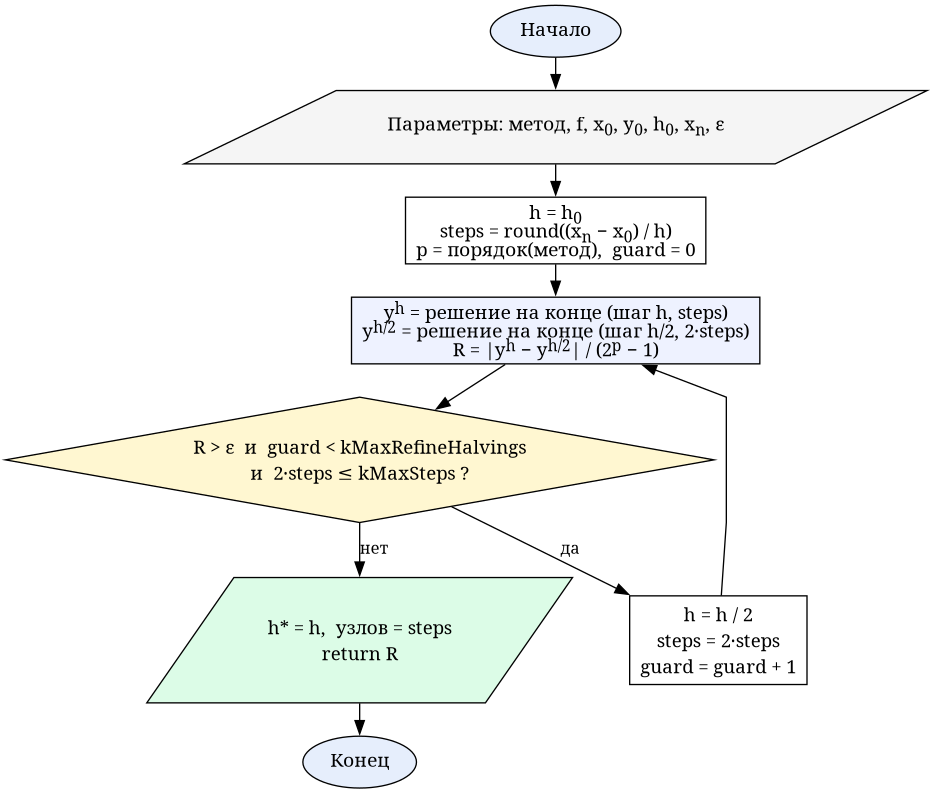
Before: reports/resources/flowcharts/lab6_runge.png, a diagram exported from Graphviz (Oriptal/calc-math-lab2). Its source is kept beside it as reports/resources/flowcharts/lab6_runge.dot.
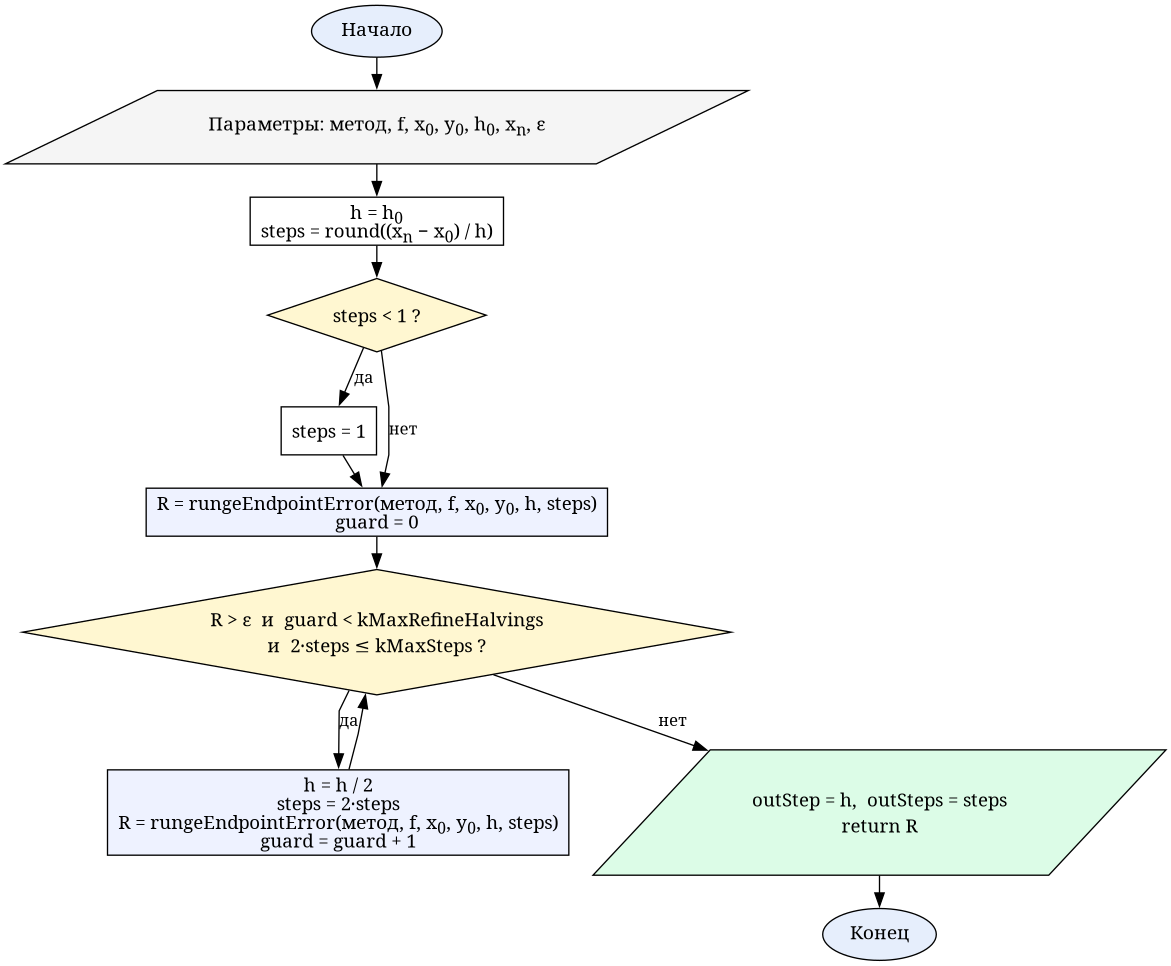
Above is the later version.

What changed in the source:
```diff
@@ -5,16 +5,22 @@
 
   start  [label="Начало", shape=oval, fillcolor="#e6eefc"]
   input  [label=<Параметры: метод, f, x<SUB>0</SUB>, y<SUB>0</SUB>, h<SUB>0</SUB>, x<SUB>n</SUB>, ε>, shape=parallelogram, fillcolor="#f5f5f5"]
-  init   [label=<h = h<SUB>0</SUB><BR/>steps = round((x<SUB>n</SUB> − x<SUB>0</SUB>) / h)<BR/>p = порядок(метод),  guard = 0>, shape=box]
-  rcalc  [label=<y<SUP>h</SUP> = решение на конце (шаг h, steps)<BR/>y<SUP>h/2</SUP> = решение на конце (шаг h/2, 2·steps)<BR/>R = |y<SUP>h</SUP> − y<SUP>h/2</SUP>| / (2<SUP>p</SUP> − 1)>, shape=box, fillcolor="#eef2ff"]
+  init   [label=<h = h<SUB>0</SUB><BR/>steps = round((x<SUB>n</SUB> − x<SUB>0</SUB>) / h)>, shape=box]
+  cmin   [label=<steps &lt; 1 ?>, shape=diamond, fillcolor="#fff7d1"]
+  setmin [label=<steps = 1>, shape=box]
+  rinit  [label=<R = rungeEndpointError(метод, f, x<SUB>0</SUB>, y<SUB>0</SUB>, h, steps)<BR/>guard = 0>, shape=box, fillcolor="#eef2ff"]
   chk    [label=<R &gt; ε  и  guard &lt; kMaxRefineHalvings<BR/>и  2·steps ≤ kMaxSteps ?>, shape=diamond, fillcolor="#fff7d1"]
-  halve  [label=<h = h / 2<BR/>steps = 2·steps<BR/>guard = guard + 1>, shape=box]
-  output [label=<h* = h,  узлов = steps<BR/>return R>, shape=parallelogram, fillcolor="#dcfce7"]
+  halve  [label=<h = h / 2<BR/>steps = 2·steps<BR/>R = rungeEndpointError(метод, f, x<SUB>0</SUB>, y<SUB>0</SUB>, h, steps)<BR/>guard = guard + 1>, shape=box, fillcolor="#eef2ff"]
+  output [label=<outStep = h,  outSteps = steps<BR/>return R>, shape=parallelogram, fillcolor="#dcfce7"]
   stop   [label="Конец", shape=oval, fillcolor="#e6eefc"]
 
-  start -> input -> init -> rcalc -> chk
+  start -> input -> init -> cmin
+  cmin -> setmin [label="да"]
+  cmin -> rinit  [label="нет"]
+  setmin -> rinit
+  rinit -> chk
   chk -> halve [label="да"]
-  halve -> rcalc
+  halve -> chk
   chk -> output [label="нет"]
   output -> stop
 }
```
